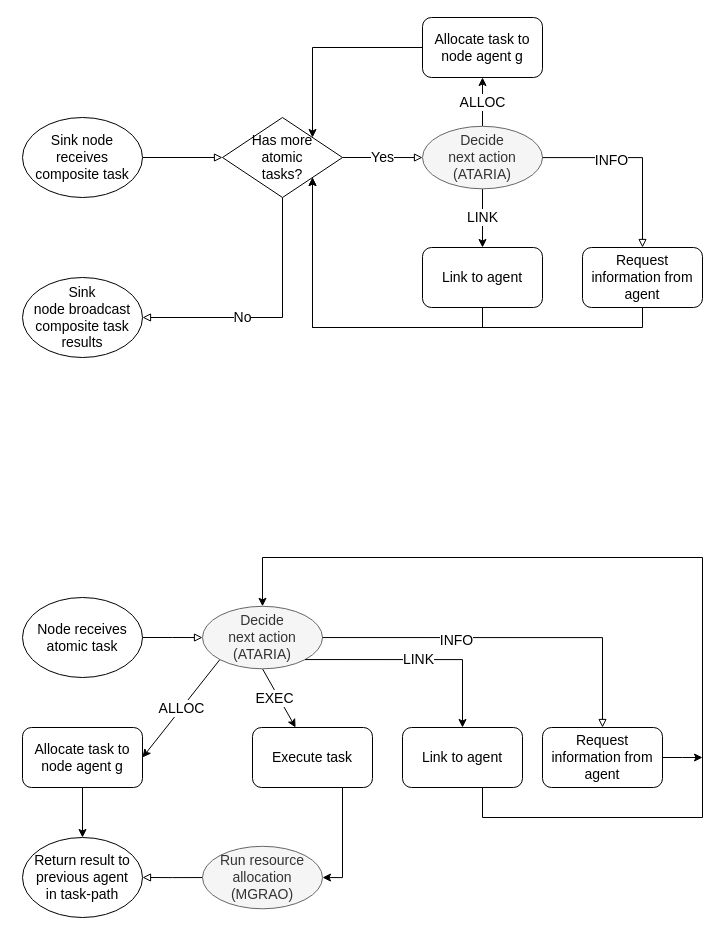
Before: source/algorithm-flow.drawio in sevenmachines/els_energy_optimisation_and_adaptive_coverage_in_wsn_systems, a draw.io diagram. Source tidied: cells renumbered, new cells numbered last; positions are measured from the earlier drawing's top-left corner, leaving out a move shared by most shapes. Both pictures are drawn from the tidied source at 100%, with x=0, y=0 at pixel (22, 17).
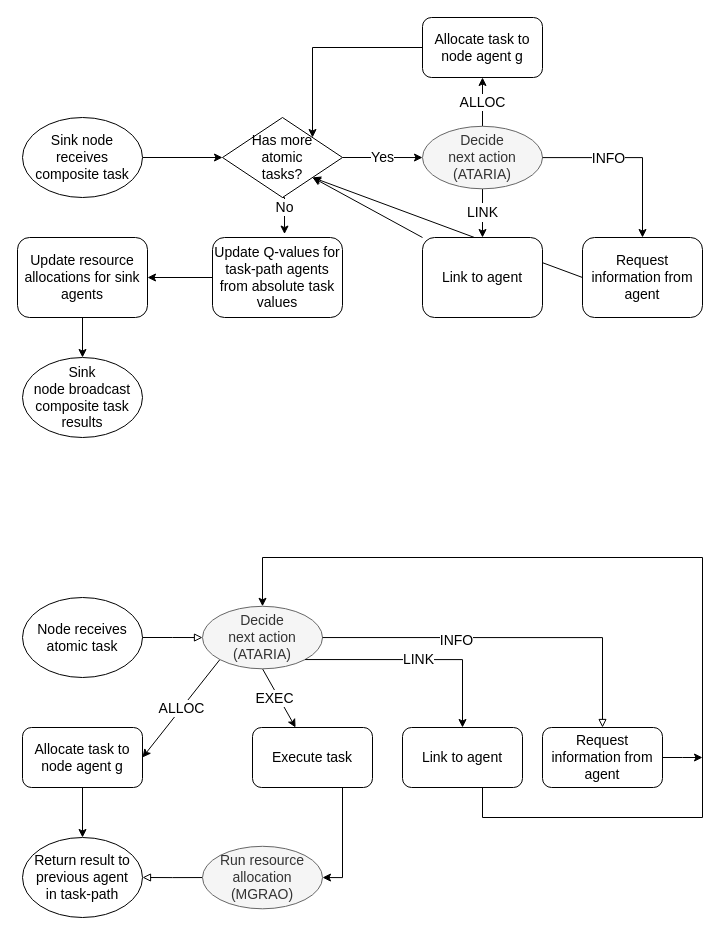
The same diagram, later.

The change refers to these unchanged cells:
```xml
<mxCell id="3" value="Sink node receives composite task" style="ellipse;whiteSpace=wrap;html=1;fontSize=14;" parent="1" vertex="1">
  <mxGeometry y="100" width="120" height="80" as="geometry" />
</mxCell>
<mxCell id="7" value="Decide&lt;br style=&quot;font-size: 14px;&quot;&gt;next action (ATARIA)" style="ellipse;whiteSpace=wrap;html=1;fillColor=#f5f5f5;strokeColor=#666666;fontColor=#333333;fontStyle=0;fontSize=14;" parent="1" vertex="1">
  <mxGeometry x="400" y="108.8" width="120" height="62.5" as="geometry" />
</mxCell>
<mxCell id="9" value="Has more&lt;br style=&quot;font-size: 14px;&quot;&gt;atomic&lt;br style=&quot;font-size: 14px;&quot;&gt;tasks?" style="rhombus;whiteSpace=wrap;html=1;fontSize=14;" parent="1" vertex="1">
  <mxGeometry x="200" y="100" width="120" height="80" as="geometry" />
</mxCell>
```

Change to the diagram source:
```diff
@@
-    <mxCell id="2" style="edgeStyle=orthogonalEdgeStyle;rounded=0;jettySize=auto;html=1;entryX=0;entryY=0.5;entryDx=0;entryDy=0;endArrow=block;endFill=0;fontSize=14;" parent="1" edge="1" source="3" target="9">
+    <mxCell id="2" style="edgeStyle=orthogonalEdgeStyle;rounded=0;jettySize=auto;html=1;entryX=0;entryY=0.5;entryDx=0;entryDy=0;endArrow=classic;endFill=1;fontSize=14;" parent="1" edge="1" source="3" target="9">
       <mxGeometry relative="1" as="geometry" />
     </mxCell>
@@
-    <mxCell id="4" value="Yes" style="edgeStyle=orthogonalEdgeStyle;rounded=0;jettySize=auto;html=1;entryX=0;entryY=0.5;entryDx=0;entryDy=0;endArrow=block;endFill=0;exitX=1;exitY=0.5;exitDx=0;exitDy=0;fontSize=14;" parent="1" edge="1" source="9" target="7">
+    <mxCell id="4" value="Yes" style="edgeStyle=orthogonalEdgeStyle;rounded=0;jettySize=auto;html=1;entryX=0;entryY=0.5;entryDx=0;entryDy=0;endArrow=classic;endFill=1;exitX=1;exitY=0.5;exitDx=0;exitDy=0;fontSize=14;" parent="1" edge="1" source="9" target="7">
       <mxGeometry relative="1" as="geometry" />
     </mxCell>
@@
-    <mxCell id="6" value="LINK" style="edgeStyle=orthogonalEdgeStyle;rounded=0;jettySize=auto;html=1;entryX=0.5;entryY=0;entryDx=0;entryDy=0;fontSize=14;exitX=0.5;exitY=1;exitDx=0;exitDy=0;" parent="1" edge="1" source="7" target="27">
+    <mxCell id="6" value="LINK" style="edgeStyle=orthogonalEdgeStyle;rounded=0;jettySize=auto;html=1;entryX=0.5;entryY=0;entryDx=0;entryDy=0;fontSize=14;exitX=0.5;exitY=1;exitDx=0;exitDy=0;labelBorderColor=#FFFFFF;" parent="1" edge="1" source="7" target="27">
       <mxGeometry relative="1" as="geometry" />
     </mxCell>
@@
-    <mxCell id="8" value="No" style="edgeStyle=orthogonalEdgeStyle;rounded=0;jettySize=auto;html=1;exitX=0.5;exitY=1;exitDx=0;exitDy=0;endArrow=block;endFill=0;entryX=1;entryY=0.5;entryDx=0;entryDy=0;fontSize=14;" parent="1" edge="1" source="9" target="10">
-      <mxGeometry x="0.23" relative="1" as="geometry" />
+    <mxCell id="8" value="No" style="edgeStyle=orthogonalEdgeStyle;rounded=0;jettySize=auto;html=1;exitX=0.5;exitY=1;exitDx=0;exitDy=0;endArrow=classic;endFill=1;entryX=0.554;entryY=-0.043;entryDx=0;entryDy=0;fontSize=14;entryPerimeter=0;" parent="1" edge="1" source="9" target="40">
+      <mxGeometry x="-0.38" relative="1" as="geometry" />
     </mxCell>
@@
     <mxCell id="10" value="Sink node&amp;nbsp;broadcast composite task results" style="ellipse;whiteSpace=wrap;html=1;fontSize=14;" parent="1" vertex="1">
-      <mxGeometry y="260" width="120" height="80" as="geometry" />
+      <mxGeometry y="340" width="120" height="80" as="geometry" />
     </mxCell>
@@
-    <mxCell id="22" style="edgeStyle=orthogonalEdgeStyle;rounded=0;jettySize=auto;html=1;exitX=0.5;exitY=1;exitDx=0;exitDy=0;entryX=1;entryY=1;entryDx=0;entryDy=0;fontSize=14;" parent="1" edge="1" source="23" target="9">
+    <mxCell id="22" style="rounded=0;jettySize=auto;html=1;exitX=0;exitY=0.5;exitDx=0;exitDy=0;entryX=1;entryY=1;entryDx=0;entryDy=0;fontSize=14;" parent="1" edge="1" source="23" target="9">
       <mxGeometry relative="1" as="geometry" />
     </mxCell>
     <mxCell id="23" value="Request information from agent" style="rounded=1;whiteSpace=wrap;html=1;fontSize=14;" parent="1" vertex="1">
-      <mxGeometry x="560" y="230" width="120" height="60" as="geometry" />
+      <mxGeometry x="560" y="220" width="120" height="80" as="geometry" />
     </mxCell>
-    <mxCell id="24" style="edgeStyle=orthogonalEdgeStyle;rounded=0;jettySize=auto;html=1;entryX=0.5;entryY=0;entryDx=0;entryDy=0;endArrow=block;endFill=0;fontSize=14;" parent="1" edge="1" source="7" target="23">
+    <mxCell id="24" style="edgeStyle=orthogonalEdgeStyle;rounded=0;jettySize=auto;html=1;entryX=0.5;entryY=0;entryDx=0;entryDy=0;endArrow=classic;endFill=1;fontSize=14;" parent="1" edge="1" source="7" target="23">
       <mxGeometry relative="1" as="geometry" />
     </mxCell>
     <mxCell id="25" value="INFO" style="edgeLabel;html=1;align=center;verticalAlign=middle;fontSize=14;" parent="24" vertex="1">
       <mxGeometry x="-0.28" y="-2" relative="1" as="geometry">
-        <mxPoint x="1" as="offset" />
+        <mxPoint x="1" y="-2.1" as="offset" />
       </mxGeometry>
     </mxCell>
-    <mxCell id="26" style="edgeStyle=orthogonalEdgeStyle;rounded=0;jettySize=auto;html=1;exitX=0.5;exitY=1;exitDx=0;exitDy=0;entryX=1;entryY=1;entryDx=0;entryDy=0;fontSize=14;" parent="1" edge="1" source="27" target="9">
+    <mxCell id="26" style="rounded=0;jettySize=auto;html=1;exitX=0;exitY=0;exitDx=0;exitDy=0;entryX=1;entryY=1;entryDx=0;entryDy=0;fontSize=14;" parent="1" edge="1" source="27" target="9">
       <mxGeometry relative="1" as="geometry" />
     </mxCell>
     <mxCell id="27" value="Link to agent" style="rounded=1;whiteSpace=wrap;html=1;fontSize=14;" parent="1" vertex="1">
-      <mxGeometry x="400" y="230" width="120" height="60" as="geometry" />
+      <mxGeometry x="400" y="220" width="120" height="80" as="geometry" />
     </mxCell>
@@
+    <mxCell id="39" style="edgeStyle=orthogonalEdgeStyle;rounded=0;jettySize=auto;html=1;exitX=0;exitY=0.5;exitDx=0;exitDy=0;entryX=1;entryY=0.5;entryDx=0;entryDy=0;" parent="1" edge="1" source="40" target="42">
+      <mxGeometry relative="1" as="geometry" />
+    </mxCell>
+    <mxCell id="40" value="Update Q-values for task-path agents from absolute task values" style="rounded=1;whiteSpace=wrap;html=1;fontSize=14;" parent="1" vertex="1">
+      <mxGeometry x="190" y="220" width="130" height="80" as="geometry" />
+    </mxCell>
+    <mxCell id="41" style="edgeStyle=orthogonalEdgeStyle;rounded=0;jettySize=auto;html=1;exitX=0.5;exitY=1;exitDx=0;exitDy=0;entryX=0.5;entryY=0;entryDx=0;entryDy=0;" parent="1" edge="1" source="42" target="10">
+      <mxGeometry relative="1" as="geometry" />
+    </mxCell>
+    <mxCell id="42" value="Update resource allocations for sink agents" style="rounded=1;whiteSpace=wrap;html=1;fontSize=14;" parent="1" vertex="1">
+      <mxGeometry x="-5" y="220" width="130" height="80" as="geometry" />
+    </mxCell>
```
